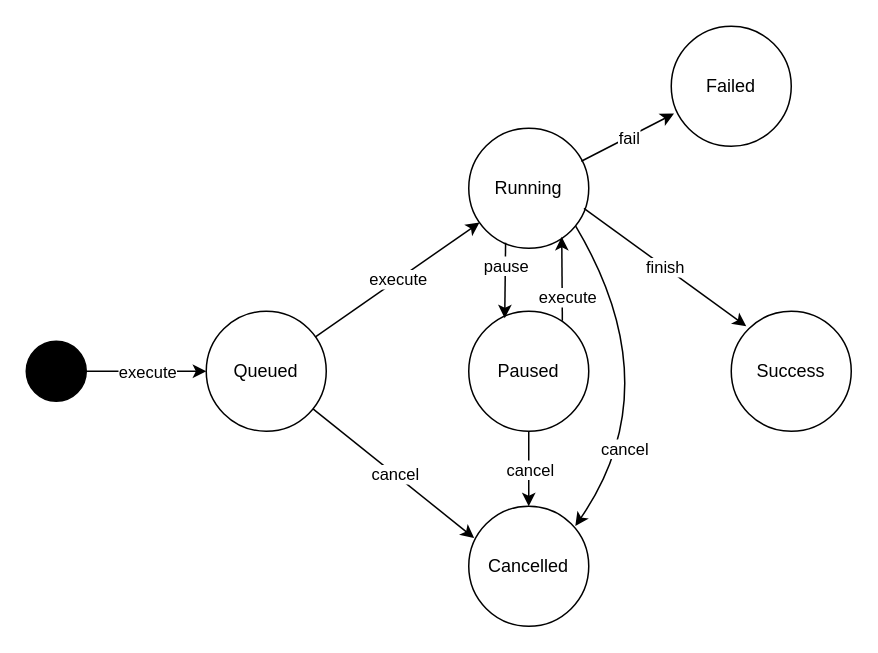
Before: design/StateDiagram.drawio in cguz/task-management-service, a draw.io diagram. Source tidied: cells renumbered, new cells numbered last; positions are measured from the earlier drawing's top-left corner, leaving out a move shared by most shapes. Both pictures are drawn from the tidied source at 150%, with x=0, y=0 at pixel (26, 26).
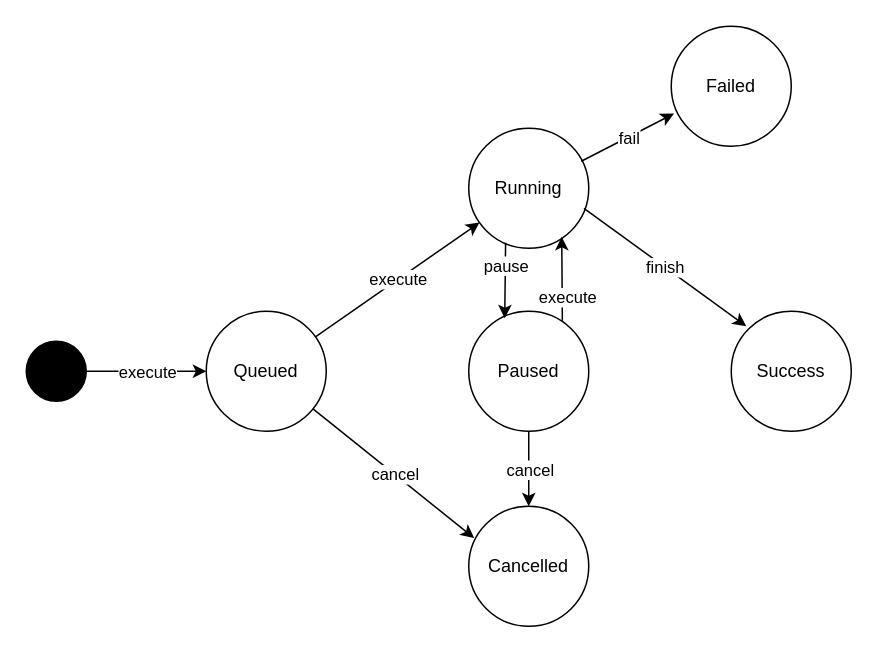
Above is the later version.

Unchanged cells that the change refers to:
```xml
<mxCell id="4" value="Running" style="ellipse;whiteSpace=wrap;html=1;" parent="1" vertex="1">
  <mxGeometry x="295" y="68" width="80" height="80" as="geometry" />
</mxCell>
<mxCell id="6" value="Cancelled" style="ellipse;whiteSpace=wrap;html=1;" parent="1" vertex="1">
  <mxGeometry x="295" y="320" width="80" height="80" as="geometry" />
</mxCell>
```

What changed in the source:
```diff
@@
-    <mxCell id="21" style="curved=1;endArrow=classic;html=1;entryX=0.888;entryY=0.165;entryDx=0;entryDy=0;entryPerimeter=0;exitX=0.891;exitY=0.816;exitDx=0;exitDy=0;exitPerimeter=0;" parent="1" edge="1" source="4" target="6">
-      <mxGeometry relative="1" as="geometry">
-        <Array as="points">
-          <mxPoint x="430" y="240" />
-        </Array>
-      </mxGeometry>
-    </mxCell>
-    <mxCell id="22" value="cancel" style="edgeLabel;html=1;align=center;verticalAlign=middle;" parent="21" vertex="1">
-      <mxGeometry x="0.29" y="-18" relative="1" as="geometry">
-        <mxPoint y="28" as="offset" />
-      </mxGeometry>
-    </mxCell>
```
